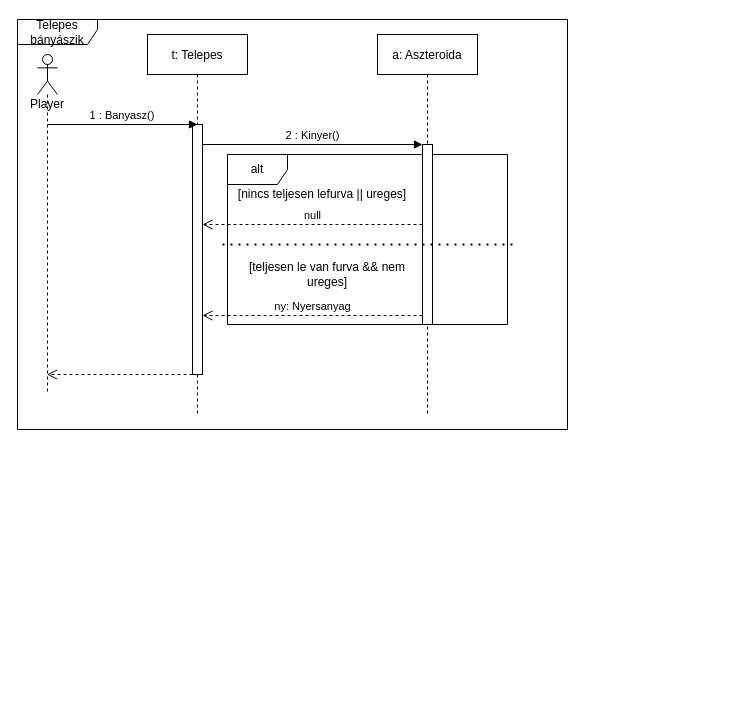
Earlier version of the draw.io diagram doc/szekvencia/szek_TelepesBanyasz.drawio (torpeBoiGo/aszteroidabanyaszat). Source tidied: cells renumbered, new cells numbered last; positions are measured from the earlier drawing's top-left corner, leaving out a move shared by most shapes. Both pictures are drawn from the tidied source at 100%, with x=0, y=0 at pixel (17, 19).
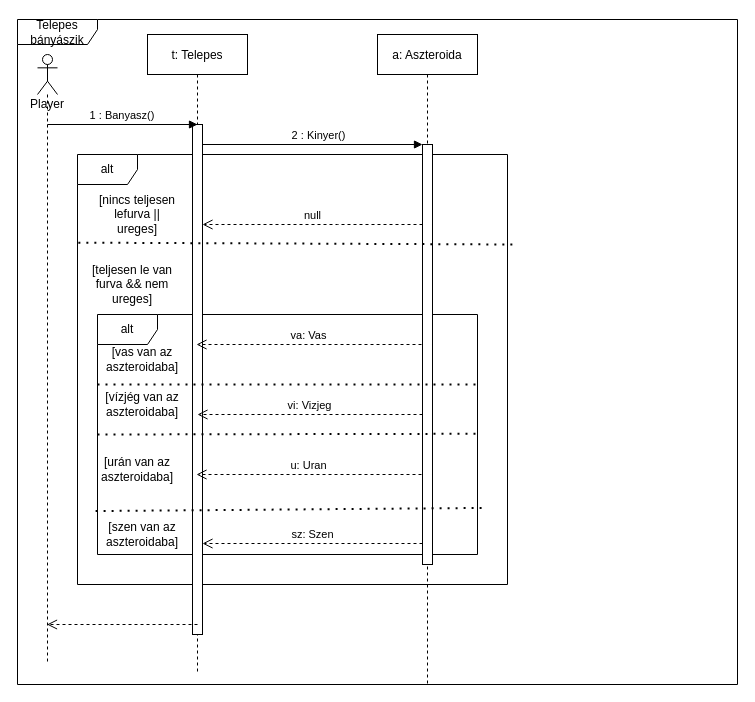
Above is the later version.

Commit message:
Update szek_TelepesBanyasz.drawio: alt kulonbozo nyersanyagok

What changed in the source:
```diff
@@
+    <mxCell id="17" value="alt" style="shape=umlFrame;whiteSpace=wrap;html=1;" parent="1" vertex="1">
+      <mxGeometry x="80" y="295" width="380" height="240" as="geometry" />
+    </mxCell>
     <mxCell id="2" value="Telepes bányászik" style="shape=umlFrame;whiteSpace=wrap;html=1;width=80;height=25;" parent="1" vertex="1">
-      <mxGeometry width="550" height="410" as="geometry" />
+      <mxGeometry width="720" height="665" as="geometry" />
     </mxCell>
     <mxCell id="3" value="alt" style="shape=umlFrame;whiteSpace=wrap;html=1;" parent="1" vertex="1">
-      <mxGeometry x="210" y="135" width="280" height="170" as="geometry" />
+      <mxGeometry x="60" y="135" width="430" height="430" as="geometry" />
     </mxCell>
     <mxCell id="4" value="t: Telepes" style="shape=umlLifeline;perimeter=lifelinePerimeter;rounded=0;shadow=0;strokeWidth=1;" parent="1" vertex="1">
-      <mxGeometry x="130" y="15" width="100" height="380" as="geometry" />
+      <mxGeometry x="130" y="15" width="100" height="640" as="geometry" />
     </mxCell>
     <mxCell id="5" style="html=1;points=[];perimeter=orthogonalPerimeter;" parent="4" vertex="1">
-      <mxGeometry x="45" y="90" width="10" height="250" as="geometry" />
+      <mxGeometry x="45" y="90" width="10" height="510" as="geometry" />
     </mxCell>
     <mxCell id="6" value="[teljesen le van furva &amp;amp;&amp;amp; nem ureges]" style="text;html=1;strokeColor=none;fillColor=none;align=center;verticalAlign=middle;whiteSpace=wrap;rounded=0;" parent="1" vertex="1">
-      <mxGeometry x="210" y="225" width="200" height="60" as="geometry" />
+      <mxGeometry x="60" y="235" width="110" height="60" as="geometry" />
     </mxCell>
     <mxCell id="7" value="a: Aszteroida" style="shape=umlLifeline;perimeter=lifelinePerimeter;rounded=0;shadow=0;strokeWidth=1;" parent="1" vertex="1">
-      <mxGeometry x="360" y="15" width="100" height="380" as="geometry" />
+      <mxGeometry x="360" y="15" width="100" height="650" as="geometry" />
     </mxCell>
     <mxCell id="8" style="html=1;points=[];perimeter=orthogonalPerimeter;" parent="7" vertex="1">
-      <mxGeometry x="45" y="110" width="10" height="180" as="geometry" />
+      <mxGeometry x="45" y="110" width="10" height="420" as="geometry" />
     </mxCell>
     <mxCell id="9" value="2 : Kinyer()" style="html=1;verticalAlign=bottom;endArrow=block;entryX=0;entryY=0;" parent="1" edge="1" source="5" target="8">
-      <mxGeometry relative="1" as="geometry" />
+      <mxGeometry x="0.05" relative="1" as="geometry" />
     </mxCell>
-    <mxCell id="10" value="ny: Nyersanyag" style="html=1;verticalAlign=bottom;endArrow=open;dashed=1;endSize=8;exitX=0;exitY=0.95;" parent="1" edge="1" source="8" target="5">
+    <mxCell id="10" value="sz: Szen" style="html=1;verticalAlign=bottom;endArrow=open;dashed=1;endSize=8;exitX=0;exitY=0.95;" parent="1" edge="1" source="8" target="5">
       <mxGeometry relative="1" as="geometry" />
     </mxCell>
-    <mxCell id="11" style="html=1;verticalAlign=bottom;endArrow=open;dashed=1;endSize=8;" parent="1" edge="1" target="15">
-      <mxGeometry relative="1" as="geometry">
-        <mxPoint x="175" y="355" as="sourcePoint" />
-      </mxGeometry>
-    </mxCell>
@@
-    <mxCell id="13" style="endArrow=none;dashed=1;html=1;dashPattern=1 3;strokeWidth=2;" parent="1" edge="1">
+    <mxCell id="13" style="endArrow=none;dashed=1;html=1;dashPattern=1 3;strokeWidth=2;exitX=0.002;exitY=0.205;exitDx=0;exitDy=0;exitPerimeter=0;" parent="1" edge="1" source="3">
       <mxGeometry relative="1" as="geometry">
-        <mxPoint x="205" y="225" as="sourcePoint" />
         <mxPoint x="495" y="225" as="targetPoint" />
       </mxGeometry>
     </mxCell>
-    <mxCell id="14" value="[nincs teljesen lefurva || ureges]" style="text;html=1;strokeColor=none;fillColor=none;align=center;verticalAlign=middle;whiteSpace=wrap;rounded=0;" parent="1" vertex="1">
-      <mxGeometry x="210" y="165" width="190" height="20" as="geometry" />
+    <mxCell id="14" value="[nincs teljesen &lt;br&gt;lefurva || ureges]" style="text;html=1;strokeColor=none;fillColor=none;align=center;verticalAlign=middle;whiteSpace=wrap;rounded=0;" parent="1" vertex="1">
+      <mxGeometry x="80" y="185" width="80" height="20" as="geometry" />
     </mxCell>
     <mxCell id="15" value="Player" style="shape=umlLifeline;participant=umlActor;perimeter=lifelinePerimeter;whiteSpace=wrap;html=1;verticalAlign=top;spacingTop=36;outlineConnect=0;" parent="1" vertex="1">
-      <mxGeometry x="20" y="35" width="20" height="340" as="geometry" />
+      <mxGeometry x="20" y="35" width="20" height="610" as="geometry" />
     </mxCell>
@@
+    <mxCell id="18" style="html=1;verticalAlign=bottom;endArrow=open;dashed=1;endSize=8;" parent="1" edge="1" target="15">
+      <mxGeometry x="-0.07" y="60" relative="1" as="geometry">
+        <mxPoint x="180" y="605" as="sourcePoint" />
+      </mxGeometry>
+    </mxCell>
+    <mxCell id="19" value="u: Uran" style="html=1;verticalAlign=bottom;endArrow=open;dashed=1;endSize=8;" parent="1" edge="1">
+      <mxGeometry relative="1" as="geometry">
+        <mxPoint x="404" y="455" as="sourcePoint" />
+        <mxPoint x="179" y="455" as="targetPoint" />
+      </mxGeometry>
+    </mxCell>
+    <mxCell id="20" value="vi: Vizjeg" style="html=1;verticalAlign=bottom;endArrow=open;dashed=1;endSize=8;" parent="1" edge="1">
+      <mxGeometry relative="1" as="geometry">
+        <mxPoint x="405" y="395" as="sourcePoint" />
+        <mxPoint x="180" y="395" as="targetPoint" />
+      </mxGeometry>
+    </mxCell>
+    <mxCell id="21" value="va: Vas" style="html=1;verticalAlign=bottom;endArrow=open;dashed=1;endSize=8;" parent="1" edge="1">
+      <mxGeometry relative="1" as="geometry">
+        <mxPoint x="404" y="325" as="sourcePoint" />
+        <mxPoint x="179" y="325" as="targetPoint" />
+      </mxGeometry>
+    </mxCell>
+    <mxCell id="22" style="endArrow=none;dashed=1;html=1;dashPattern=1 3;strokeWidth=2;exitX=0;exitY=0.292;exitDx=0;exitDy=0;exitPerimeter=0;" parent="1" edge="1" source="17">
+      <mxGeometry relative="1" as="geometry">
+        <mxPoint x="460" y="365" as="targetPoint" />
+      </mxGeometry>
+    </mxCell>
+    <mxCell id="23" style="endArrow=none;dashed=1;html=1;dashPattern=1 3;strokeWidth=2;exitX=0;exitY=0.5;exitDx=0;exitDy=0;exitPerimeter=0;entryX=1.009;entryY=0.497;entryDx=0;entryDy=0;entryPerimeter=0;" parent="1" edge="1" source="17" target="17">
+      <mxGeometry relative="1" as="geometry" />
+    </mxCell>
+    <mxCell id="24" style="endArrow=none;dashed=1;html=1;dashPattern=1 3;strokeWidth=2;entryX=1.012;entryY=0.806;entryDx=0;entryDy=0;entryPerimeter=0;exitX=-0.005;exitY=0.819;exitDx=0;exitDy=0;exitPerimeter=0;" parent="1" edge="1" source="17" target="17">
+      <mxGeometry relative="1" as="geometry" />
+    </mxCell>
+    <mxCell id="25" value="[vas van az aszteroidaba]" style="text;html=1;strokeColor=none;fillColor=none;align=center;verticalAlign=middle;whiteSpace=wrap;rounded=0;" parent="1" vertex="1">
+      <mxGeometry x="70" y="330" width="110" height="20" as="geometry" />
+    </mxCell>
+    <mxCell id="26" value="[vízjég van az aszteroidaba]" style="text;html=1;strokeColor=none;fillColor=none;align=center;verticalAlign=middle;whiteSpace=wrap;rounded=0;" parent="1" vertex="1">
+      <mxGeometry x="70" y="375" width="110" height="20" as="geometry" />
+    </mxCell>
+    <mxCell id="27" value="[urán van az aszteroidaba]" style="text;html=1;strokeColor=none;fillColor=none;align=center;verticalAlign=middle;whiteSpace=wrap;rounded=0;" parent="1" vertex="1">
+      <mxGeometry x="65" y="440" width="110" height="20" as="geometry" />
+    </mxCell>
+    <mxCell id="28" value="[szen van az aszteroidaba]" style="text;html=1;strokeColor=none;fillColor=none;align=center;verticalAlign=middle;whiteSpace=wrap;rounded=0;" parent="1" vertex="1">
+      <mxGeometry x="70" y="505" width="110" height="20" as="geometry" />
+    </mxCell>
```
